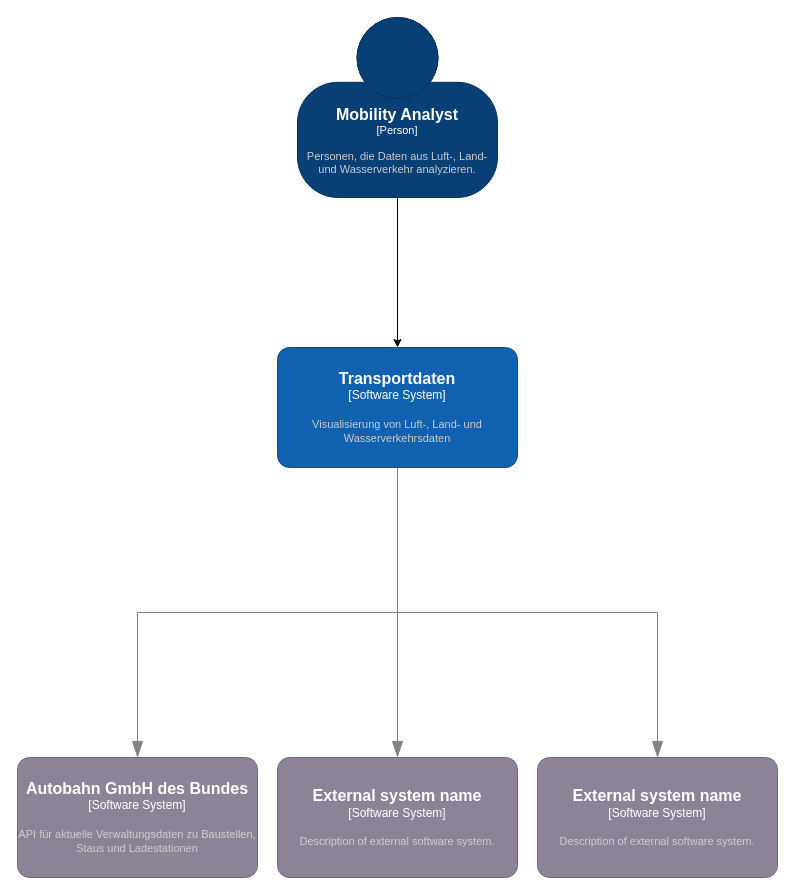
Before: C4/ContextDiagramm.drawio in dhbw-lecture-containerization/TransportDash, a draw.io diagram. Source tidied: cells renumbered, new cells numbered last; positions are measured from the earlier drawing's top-left corner, leaving out a move shared by most shapes. Both pictures are drawn from the tidied source at 100%, with x=0, y=0 at pixel (17, 17).
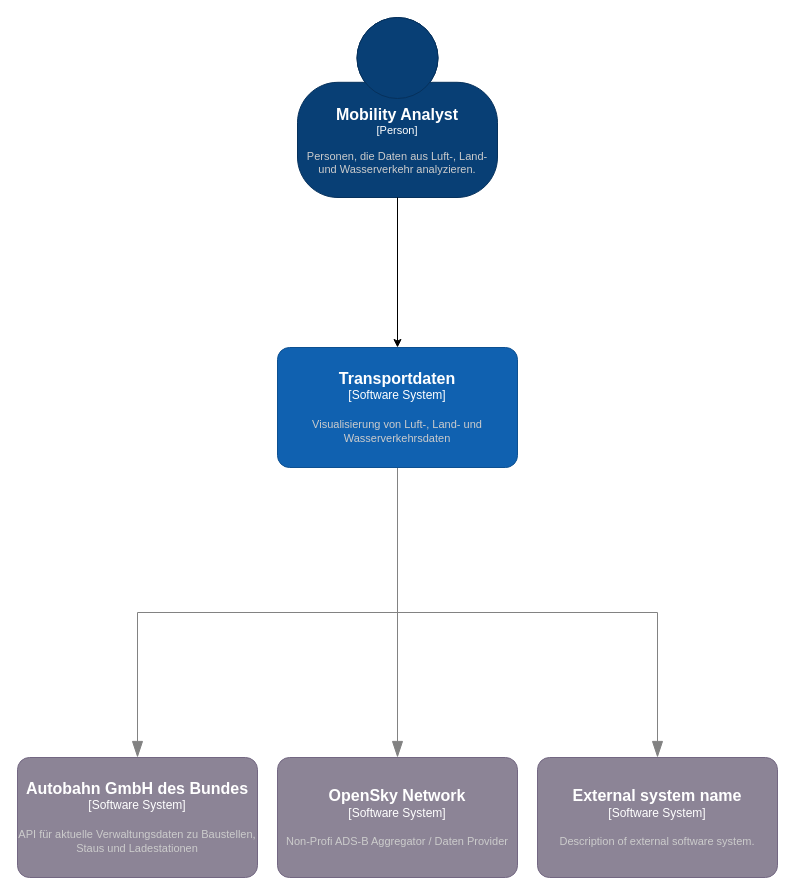
The same page after the edit.

Commit message (it also covers changes not shown here):
add opensky to C4 diagrams

The edit, as a diff of the source:
```diff
@@
 <mxGraphModel>
   <root>
     <mxCell id="0" />
     <mxCell id="1" parent="0" />
     <object id="2" label="&lt;font style=&quot;font-size: 16px&quot;&gt;&lt;b&gt;%c4Name%&lt;/b&gt;&lt;/font&gt;&lt;div&gt;[%c4Type%]&lt;/div&gt;&lt;br&gt;&lt;div&gt;&lt;font style=&quot;font-size: 11px&quot;&gt;&lt;font color=&quot;#cccccc&quot;&gt;%c4Description%&lt;/font&gt;&lt;/div&gt;" c4Description="Personen, die Daten aus Luft-, Land- und Wasserverkehr analyzieren." c4Name="Mobility Analyst" c4Type="Person" placeholders="1">
       <mxCell style="html=1;fontSize=11;dashed=0;whiteSpace=wrap;fillColor=#083F75;strokeColor=#06315C;fontColor=#ffffff;shape=mxgraph.c4.person2;align=center;points=[[0.5,0,0],[1,0.5,0],[1,0.75,0],[0.75,1,0],[0.5,1,0],[0.25,1,0],[0,0.75,0],[0,0.5,0]];" parent="1" vertex="1">
         <mxGeometry x="280" width="200" height="180" as="geometry" />
       </mxCell>
     </object>
     <object id="3" label="&lt;font style=&quot;font-size: 16px&quot;&gt;&lt;b&gt;%c4Name%&lt;/b&gt;&lt;/font&gt;&lt;div&gt;[%c4Type%]&lt;/div&gt;&lt;br&gt;&lt;div&gt;&lt;font style=&quot;font-size: 11px&quot;&gt;&lt;font color=&quot;#cccccc&quot;&gt;%c4Description%&lt;/font&gt;&lt;/div&gt;" c4Description="Description of external software system." c4Name="External system name" c4Type="Software System" placeholders="1">
       <mxCell style="rounded=1;whiteSpace=wrap;html=1;labelBackgroundColor=none;fillColor=#8C8496;fontColor=#ffffff;align=center;arcSize=10;strokeColor=#736782;points=[[0.25,0,0],[0.5,0,0],[0.75,0,0],[1,0.25,0],[1,0.5,0],[1,0.75,0],[0.75,1,0],[0.5,1,0],[0.25,1,0],[0,0.75,0],[0,0.5,0],[0,0.25,0]];" parent="1" vertex="1">
         <mxGeometry x="520" y="740" width="240" height="120" as="geometry" />
       </mxCell>
     </object>
     <object id="4" label="&lt;font style=&quot;font-size: 16px&quot;&gt;&lt;b&gt;%c4Name%&lt;/b&gt;&lt;/font&gt;&lt;div&gt;[%c4Type%]&lt;/div&gt;&lt;br&gt;&lt;div&gt;&lt;font style=&quot;font-size: 11px&quot;&gt;&lt;font color=&quot;#cccccc&quot;&gt;%c4Description%&lt;/font&gt;&lt;/div&gt;" c4Description="API für aktuelle Verwaltungsdaten zu Baustellen, Staus und Ladestationen" c4Name="Autobahn GmbH des Bundes" c4Type="Software System" placeholders="1">
       <mxCell style="rounded=1;whiteSpace=wrap;html=1;labelBackgroundColor=none;fillColor=#8C8496;fontColor=#ffffff;align=center;arcSize=10;strokeColor=#736782;points=[[0.25,0,0],[0.5,0,0],[0.75,0,0],[1,0.25,0],[1,0.5,0],[1,0.75,0],[0.75,1,0],[0.5,1,0],[0.25,1,0],[0,0.75,0],[0,0.5,0],[0,0.25,0]];" parent="1" vertex="1">
         <mxGeometry y="740" width="240" height="120" as="geometry" />
       </mxCell>
     </object>
-    <object id="5" label="&lt;font style=&quot;font-size: 16px&quot;&gt;&lt;b&gt;%c4Name%&lt;/b&gt;&lt;/font&gt;&lt;div&gt;[%c4Type%]&lt;/div&gt;&lt;br&gt;&lt;div&gt;&lt;font style=&quot;font-size: 11px&quot;&gt;&lt;font color=&quot;#cccccc&quot;&gt;%c4Description%&lt;/font&gt;&lt;/div&gt;" c4Description="Description of external software system." c4Name="External system name" c4Type="Software System" placeholders="1">
+    <object id="5" label="&lt;font style=&quot;font-size: 16px&quot;&gt;&lt;b&gt;%c4Name%&lt;/b&gt;&lt;/font&gt;&lt;div&gt;[%c4Type%]&lt;/div&gt;&lt;br&gt;&lt;div&gt;&lt;font style=&quot;font-size: 11px&quot;&gt;&lt;font color=&quot;#cccccc&quot;&gt;%c4Description%&lt;/font&gt;&lt;/div&gt;" c4Description="Non-Profi ADS-B Aggregator / Daten Provider" c4Name="OpenSky Network" c4Type="Software System" placeholders="1">
       <mxCell style="rounded=1;whiteSpace=wrap;html=1;labelBackgroundColor=none;fillColor=#8C8496;fontColor=#ffffff;align=center;arcSize=10;strokeColor=#736782;points=[[0.25,0,0],[0.5,0,0],[0.75,0,0],[1,0.25,0],[1,0.5,0],[1,0.75,0],[0.75,1,0],[0.5,1,0],[0.25,1,0],[0,0.75,0],[0,0.5,0],[0,0.25,0]];" parent="1" vertex="1">
         <mxGeometry x="260" y="740" width="240" height="120" as="geometry" />
       </mxCell>
     </object>
     <mxCell id="6" style="endArrow=blockThin;html=1;fontSize=10;fontColor=#404040;strokeWidth=1;endFill=1;strokeColor=#828282;elbow=vertical;endSize=14;startSize=14;jumpStyle=arc;jumpSize=16;rounded=0;edgeStyle=orthogonalEdgeStyle;exitX=0.5;exitY=1;exitDx=0;exitDy=0;exitPerimeter=0;entryX=0.5;entryY=0;entryDx=0;entryDy=0;entryPerimeter=0;" parent="1" edge="1" source="10" target="4">
       <mxGeometry relative="1" as="geometry" />
     </mxCell>
     <mxCell id="7" style="endArrow=blockThin;html=1;fontSize=10;fontColor=#404040;strokeWidth=1;endFill=1;strokeColor=#828282;elbow=vertical;endSize=14;startSize=14;jumpStyle=arc;jumpSize=16;rounded=0;edgeStyle=orthogonalEdgeStyle;exitX=0.5;exitY=1;exitDx=0;exitDy=0;exitPerimeter=0;entryX=0.5;entryY=0;entryDx=0;entryDy=0;entryPerimeter=0;" parent="1" edge="1" source="10" target="5">
       <mxGeometry relative="1" as="geometry" />
     </mxCell>
     <mxCell id="8" style="endArrow=blockThin;html=1;fontSize=10;fontColor=#404040;strokeWidth=1;endFill=1;strokeColor=#828282;elbow=vertical;endSize=14;startSize=14;jumpStyle=arc;jumpSize=16;rounded=0;edgeStyle=orthogonalEdgeStyle;exitX=0.5;exitY=1;exitDx=0;exitDy=0;exitPerimeter=0;entryX=0.5;entryY=0;entryDx=0;entryDy=0;entryPerimeter=0;" parent="1" edge="1" source="10" target="3">
       <mxGeometry relative="1" as="geometry" />
     </mxCell>
     <mxCell id="9" style="edgeStyle=orthogonalEdgeStyle;rounded=0;jettySize=auto;html=1;entryX=0.5;entryY=0;entryDx=0;entryDy=0;entryPerimeter=0;" parent="1" edge="1" source="2" target="10">
       <mxGeometry relative="1" as="geometry" />
     </mxCell>
     <object id="10" label="&lt;font style=&quot;font-size: 16px&quot;&gt;&lt;b&gt;%c4Name%&lt;/b&gt;&lt;/font&gt;&lt;div&gt;[%c4Type%]&lt;/div&gt;&lt;br&gt;&lt;div&gt;&lt;font style=&quot;font-size: 11px&quot;&gt;&lt;font color=&quot;#cccccc&quot;&gt;%c4Description%&lt;/font&gt;&lt;/div&gt;" c4Description="Visualisierung von Luft-, Land- und Wasserverkehrsdaten" c4Name="Transportdaten" c4Type="Software System" placeholders="1">
       <mxCell style="rounded=1;whiteSpace=wrap;html=1;labelBackgroundColor=none;fillColor=#1061B0;fontColor=#ffffff;align=center;arcSize=10;strokeColor=#0D5091;points=[[0.25,0,0],[0.5,0,0],[0.75,0,0],[1,0.25,0],[1,0.5,0],[1,0.75,0],[0.75,1,0],[0.5,1,0],[0.25,1,0],[0,0.75,0],[0,0.5,0],[0,0.25,0]];" parent="1" vertex="1">
         <mxGeometry x="260" y="330" width="240" height="120" as="geometry" />
       </mxCell>
     </object>
   </root>
 </mxGraphModel>
```
